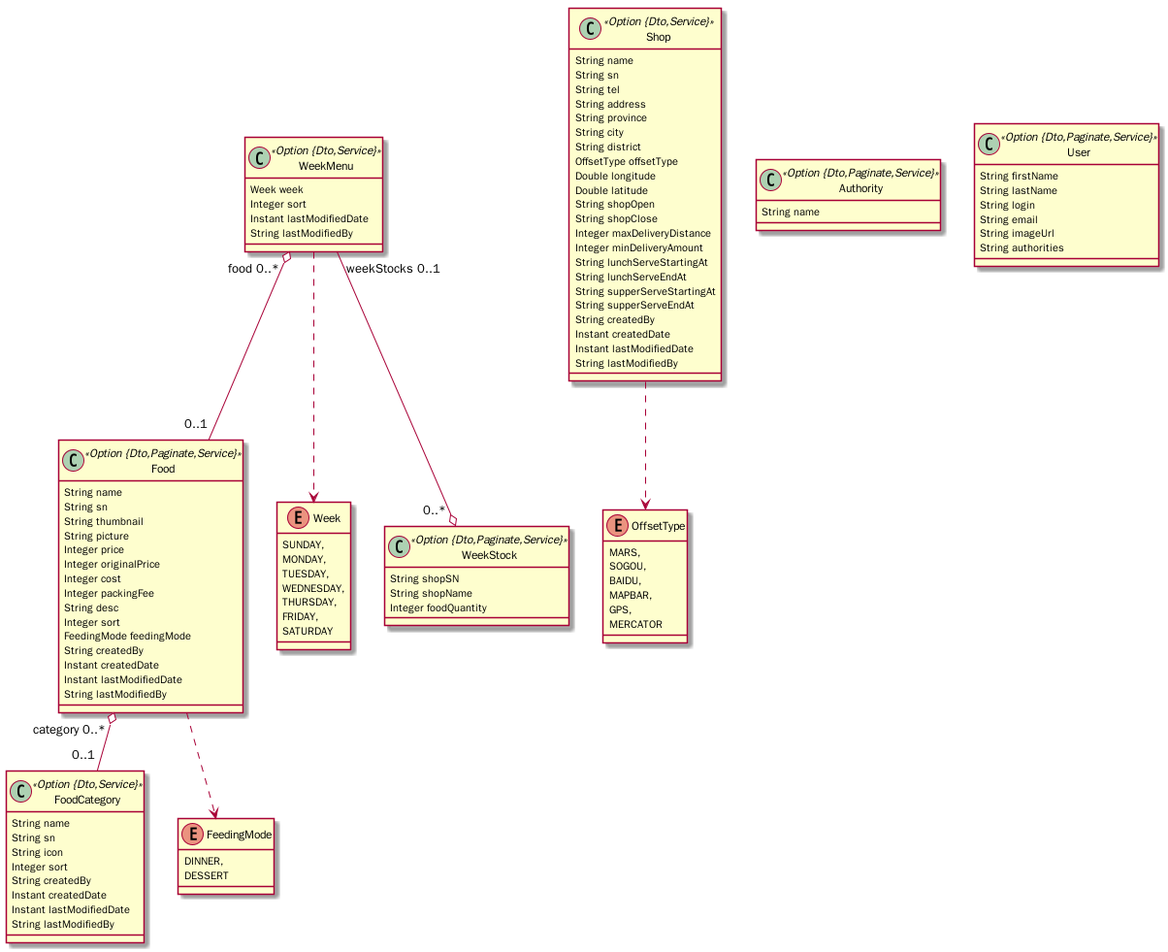
Before: jh.png, a diagram exported from PlantUML (ghoolooloo/jh).
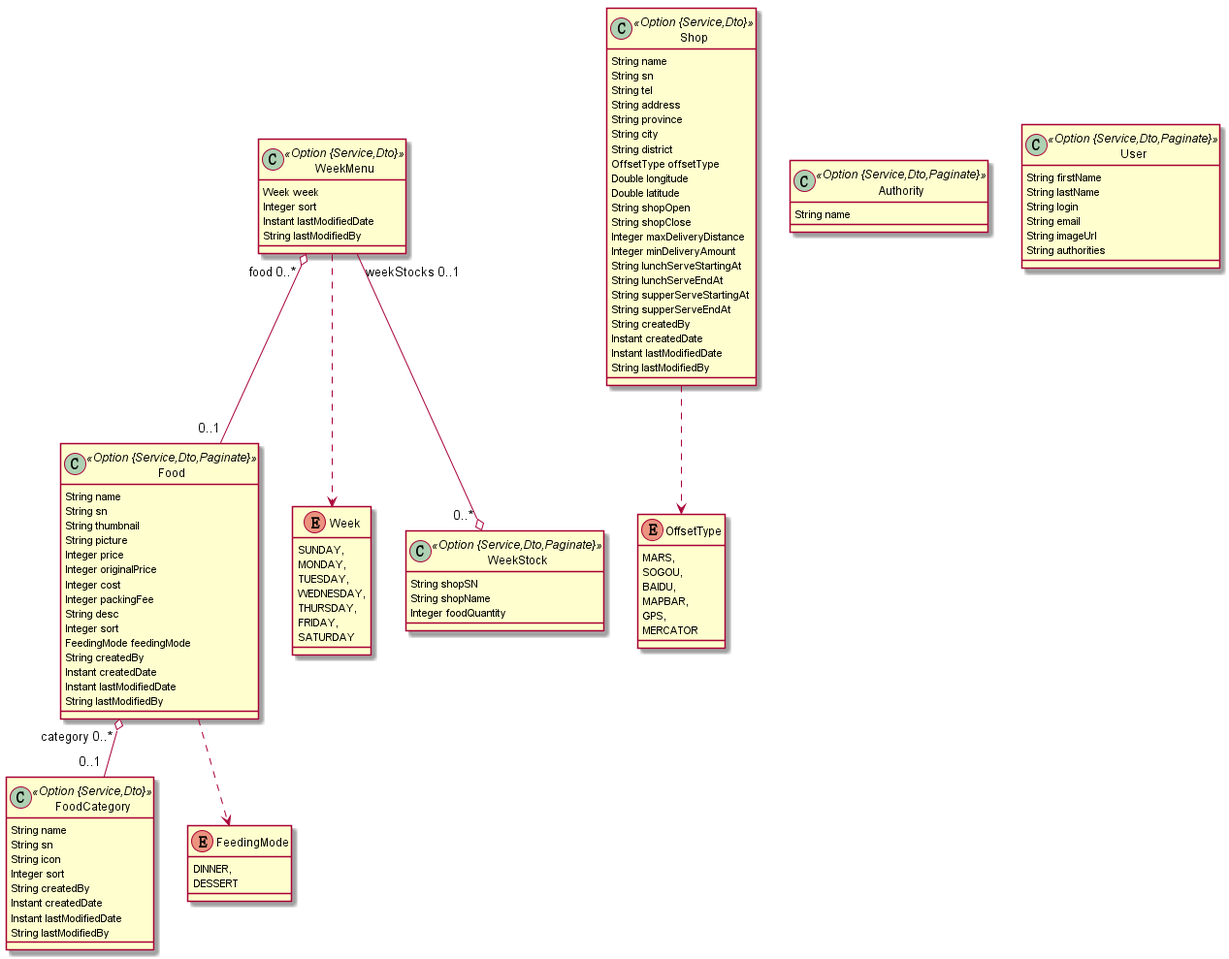
The same diagram one commit later.

Diff of the diagram source:
```diff
@@ -1,6 +1,6 @@
 @startuml
 	!pragma syntax class
-	class FoodCategory <<Option {Dto,Service}>> {
+	class FoodCategory <<Option {Service,Dto}>> {
 		String name
 		String sn
 		String icon
@@ -10,7 +10,7 @@
 		Instant lastModifiedDate
 		String lastModifiedBy
 	}
-	class Food <<Option {Dto,Paginate,Service}>> {
+	class Food <<Option {Service,Dto,Paginate}>> {
 		String name
 		String sn
 		String thumbnail
@@ -32,14 +32,14 @@
 		DINNER,
 		DESSERT
 	}
-	class WeekMenu <<Option {Dto,Service}>> {
+	class WeekMenu <<Option {Service,Dto}>> {
 		Week week
 		Integer sort
 		Instant lastModifiedDate
 		String lastModifiedBy
 	}
 	WeekMenu ..> Week
-	class WeekStock <<Option {Dto,Paginate,Service}>> {
+	class WeekStock <<Option {Service,Dto,Paginate}>> {
 		String shopSN
 		String shopName
 		Integer foodQuantity
@@ -53,7 +53,7 @@
 		FRIDAY,
 		SATURDAY
 	}
-	class Shop <<Option {Dto,Service}>> {
+	class Shop <<Option {Service,Dto}>> {
 		String name
 		String sn
 		String tel
@@ -89,10 +89,10 @@
 	Food  "category 0..* " o-- "0..1 "  FoodCategory
 	WeekMenu  "food 0..* " o-- "0..1 "  Food
 	WeekMenu  "weekStocks 0..1 " --o "0..* "  WeekStock
-	class Authority <<Option {Dto,Paginate,Service}>> {
+	class Authority <<Option {Service,Dto,Paginate}>> {
 		String name
 	}
-	class User <<Option {Dto,Paginate,Service}>> {
+	class User <<Option {Service,Dto,Paginate}>> {
 		String firstName
 		String lastName
 		String login
```
